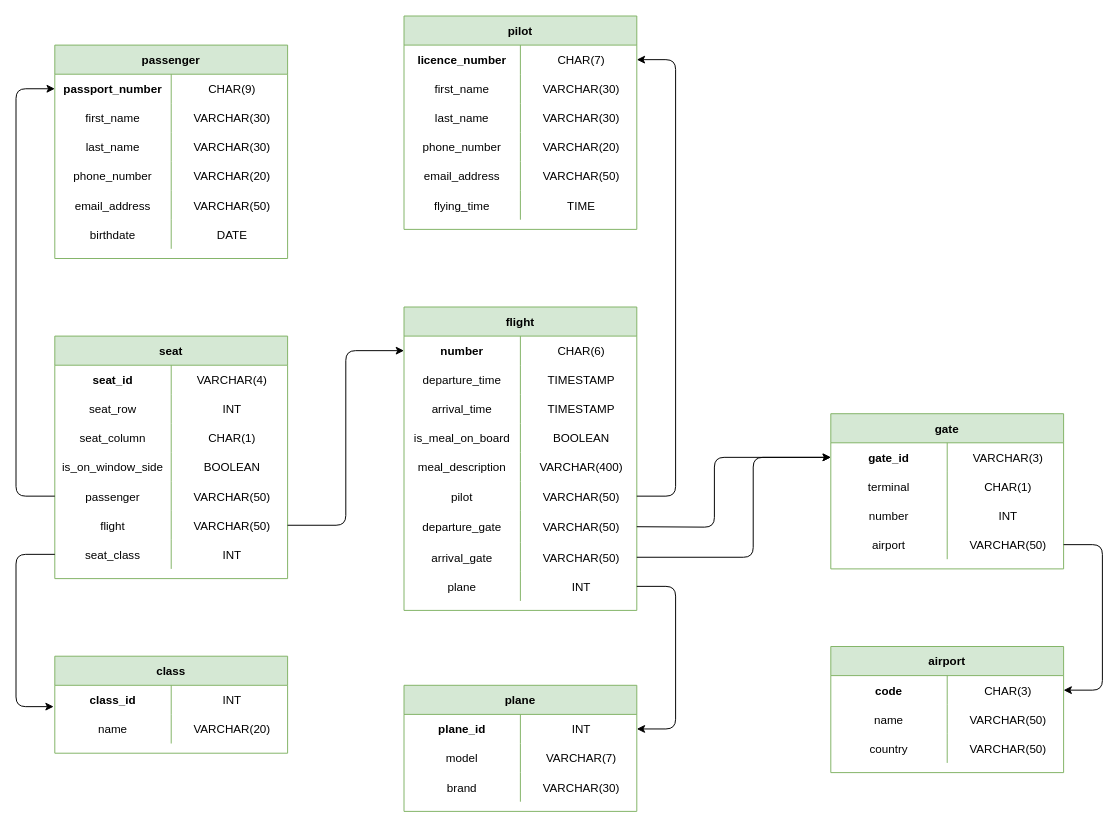
pauline-lr/Flight-manager keeps this draw.io diagram as Schéma - Tables.drawio. Above is the earlier version. Source tidied: cells renumbered, new cells numbered last; positions are measured from the earlier drawing's top-left corner, leaving out a move shared by most shapes. Both pictures are drawn from the tidied source at 97%, with x=0, y=0 at pixel (16, 16).
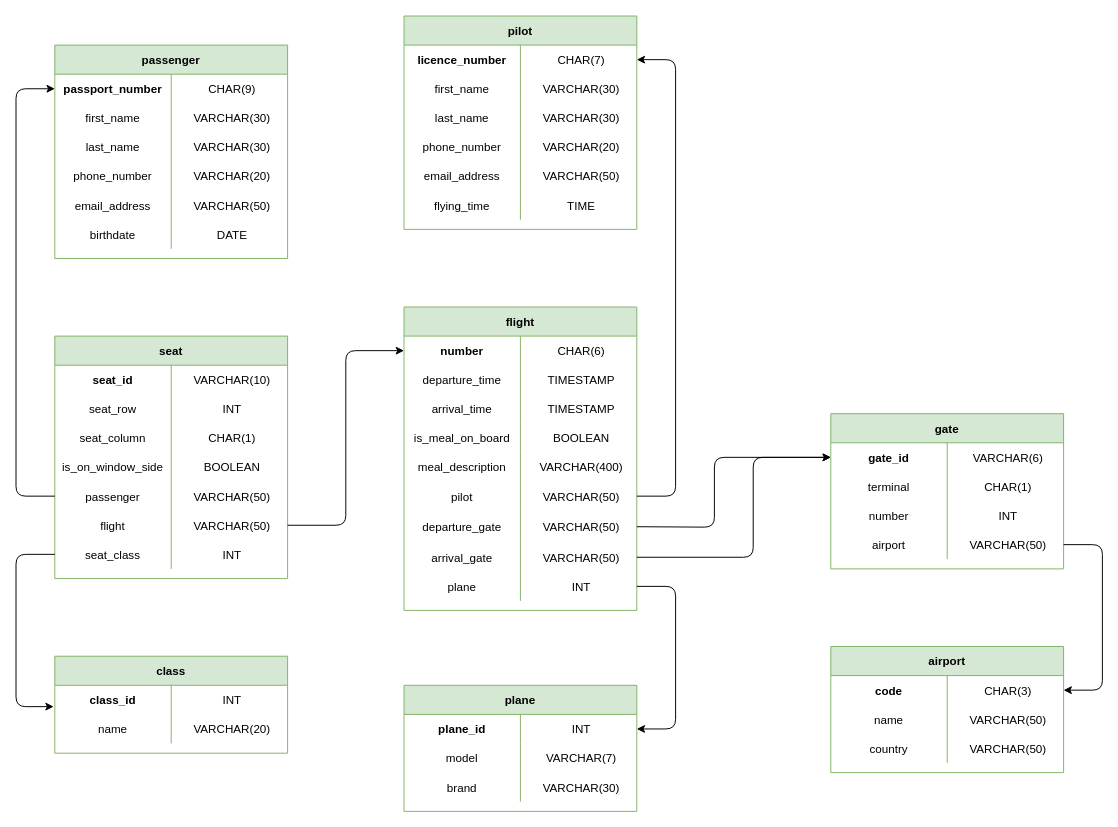
The same page after the edit.

The change refers to these unchanged cells:
```xml
<mxCell id="70" style="shape=partialRectangle;fillColor=none;top=0;left=0;bottom=0;right=0;align=center;" parent="69" vertex="1">
  <mxGeometry y="30" width="240" height="30" as="geometry" />
</mxCell>
<mxCell id="123" style="shape=partialRectangle;fillColor=none;top=0;left=0;bottom=0;right=0;points=[[0,0.5],[1,0.5]];portConstraint=eastwest;align=center;" parent="122" vertex="1">
  <mxGeometry y="30" width="240" height="30" as="geometry" />
</mxCell>
```

What changed in the source:
```diff
@@
-    <mxCell id="72" value="VARCHAR(4)" style="shape=partialRectangle;fillColor=none;top=0;left=0;bottom=0;right=0;align=center;spacingLeft=6;fontStyle=0;overflow=hidden;" parent="70" vertex="1">
+    <mxCell id="72" value="VARCHAR(10)" style="shape=partialRectangle;fillColor=none;top=0;left=0;bottom=0;right=0;align=center;spacingLeft=6;fontStyle=0;overflow=hidden;" parent="70" vertex="1">
       <mxGeometry x="120" width="120" height="30" as="geometry" />
     </mxCell>
@@
-    <mxCell id="125" value="VARCHAR(3)" style="shape=partialRectangle;fillColor=none;top=0;left=0;bottom=0;right=0;align=center;spacingLeft=6;fontStyle=0;overflow=hidden;" parent="123" vertex="1">
+    <mxCell id="125" value="VARCHAR(6)" style="shape=partialRectangle;fillColor=none;top=0;left=0;bottom=0;right=0;align=center;spacingLeft=6;fontStyle=0;overflow=hidden;" parent="123" vertex="1">
       <mxGeometry x="120" width="120" height="30" as="geometry" />
     </mxCell>
```
